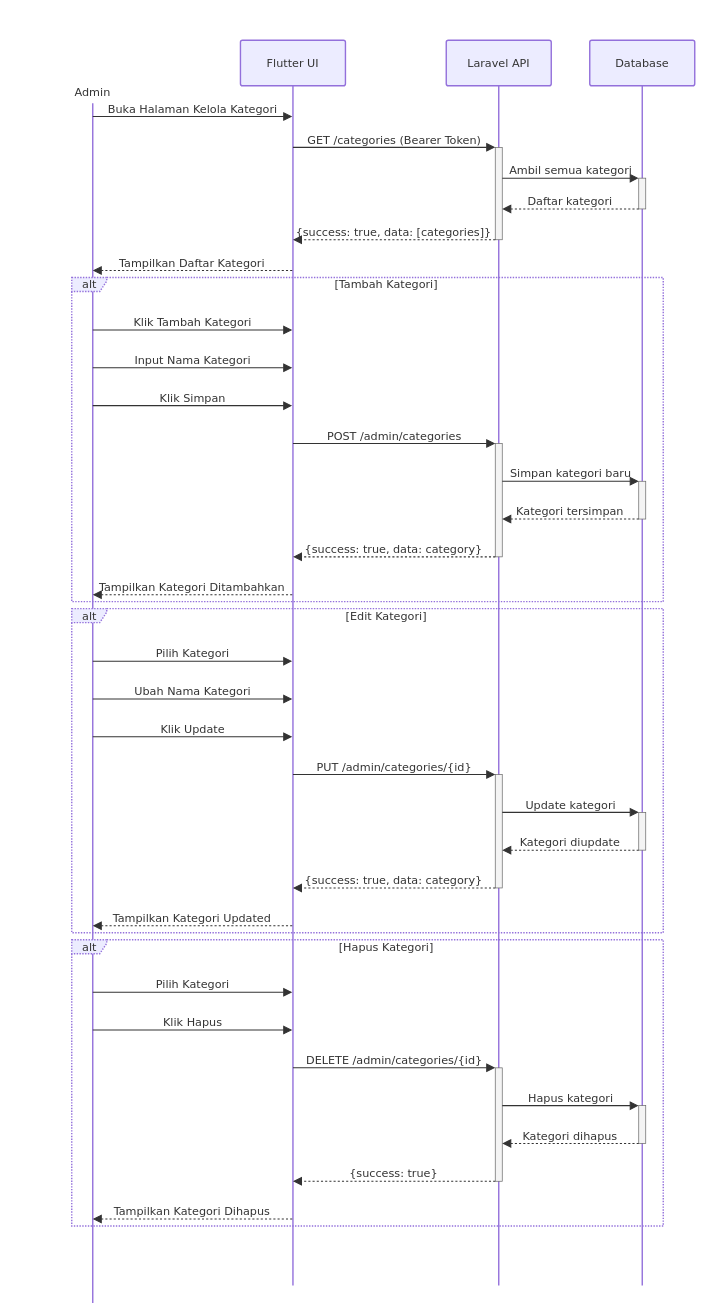
Before: page "kelola kategori" (4 of 18) of assets/uml/sequence warmindo.drawio in RIOKOWI/warmindo_purnama_flutter, a draw.io diagram. Source tidied: cells renumbered, new cells numbered last; positions are measured from the earlier drawing's top-left corner, leaving out a move shared by most shapes. Both pictures are drawn from the tidied source at 70%, with x=0, y=0 at pixel (12, 12).
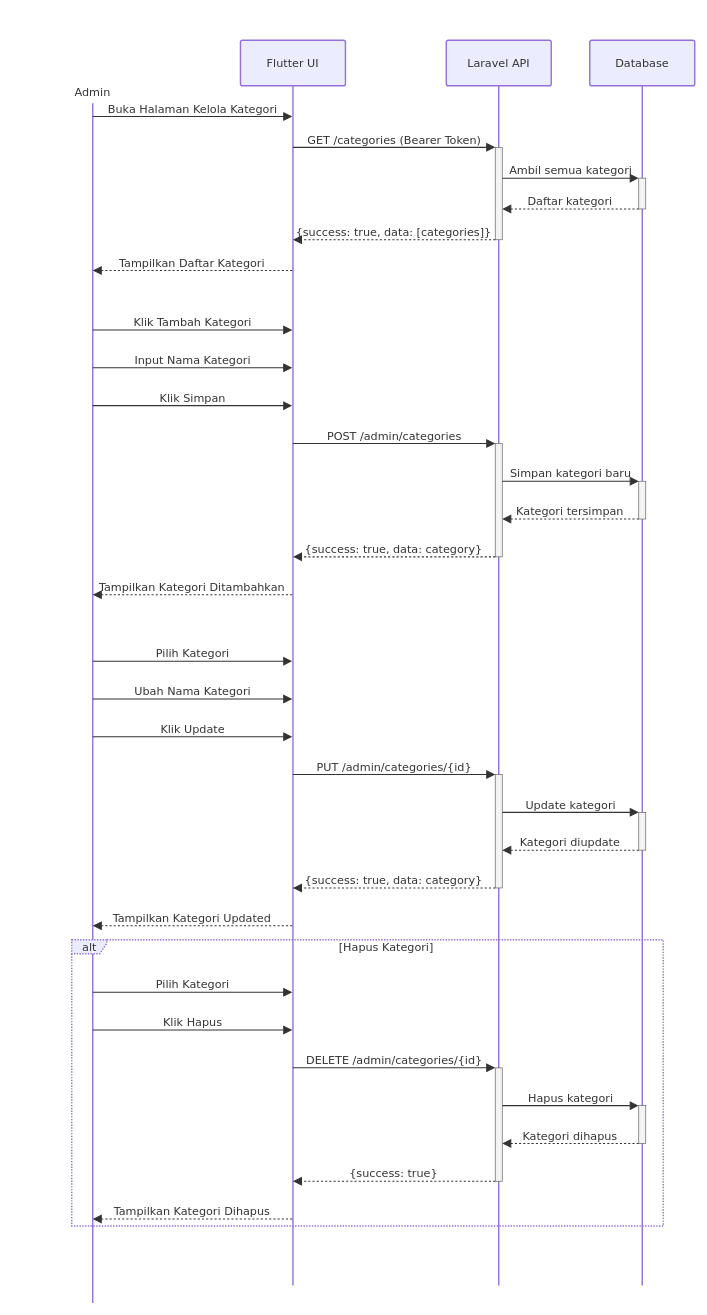
After the change.

The change refers to these unchanged cells:
```xml
<mxCell id="2" style="group;transparentBounds=1;editIcon=1;lockedGroup=0;groupPadding=20;" parent="1" vertex="1">
  <mxGeometry as="geometry" />
</mxCell>
```

The edit, as a diff of the source:
```diff
@@
-    <mxCell id="15" value="alt" style="html=1;shape=umlFrame;dashed=1;fixDash=1;dashPattern=2 2;strokeWidth=2;fillColor=light-dark(#ECECFF,#1f2020);strokeColor=light-dark(#9370DB,#cccccc);fontSize=16;align=center;verticalAlign=middle;fontFamily=Trebuchet MS,Verdana,Arial,sans-serif;fontColor=light-dark(#333333,#cccccc);height=20;width=50;" parent="2" vertex="1">
-      <mxGeometry x="85" y="379" width="845" height="463" as="geometry" />
-    </mxCell>
-    <mxCell id="16" value="[Tambah Kategori]" style="text;strokeColor=none;fillColor=none;align=center;verticalAlign=middle;whiteSpace=wrap;fontSize=16;fontFamily=Trebuchet MS,Verdana,Arial,sans-serif;fontColor=light-dark(#333333,#cccccc);" parent="15" vertex="1">
-      <mxGeometry x="54" y="2" width="791" height="16" as="geometry" />
-    </mxCell>
-    <mxCell id="17" value="alt" style="html=1;shape=umlFrame;dashed=1;fixDash=1;dashPattern=2 2;strokeWidth=2;fillColor=light-dark(#ECECFF,#1f2020);strokeColor=light-dark(#9370DB,#cccccc);fontSize=16;align=center;verticalAlign=middle;fontFamily=Trebuchet MS,Verdana,Arial,sans-serif;fontColor=light-dark(#333333,#cccccc);height=20;width=50;" parent="2" vertex="1">
-      <mxGeometry x="85" y="852" width="845" height="463" as="geometry" />
-    </mxCell>
-    <mxCell id="18" value="[Edit Kategori]" style="text;strokeColor=none;fillColor=none;align=center;verticalAlign=middle;whiteSpace=wrap;fontSize=16;fontFamily=Trebuchet MS,Verdana,Arial,sans-serif;fontColor=light-dark(#333333,#cccccc);" parent="17" vertex="1">
-      <mxGeometry x="54" y="2" width="791" height="16" as="geometry" />
-    </mxCell>
```
